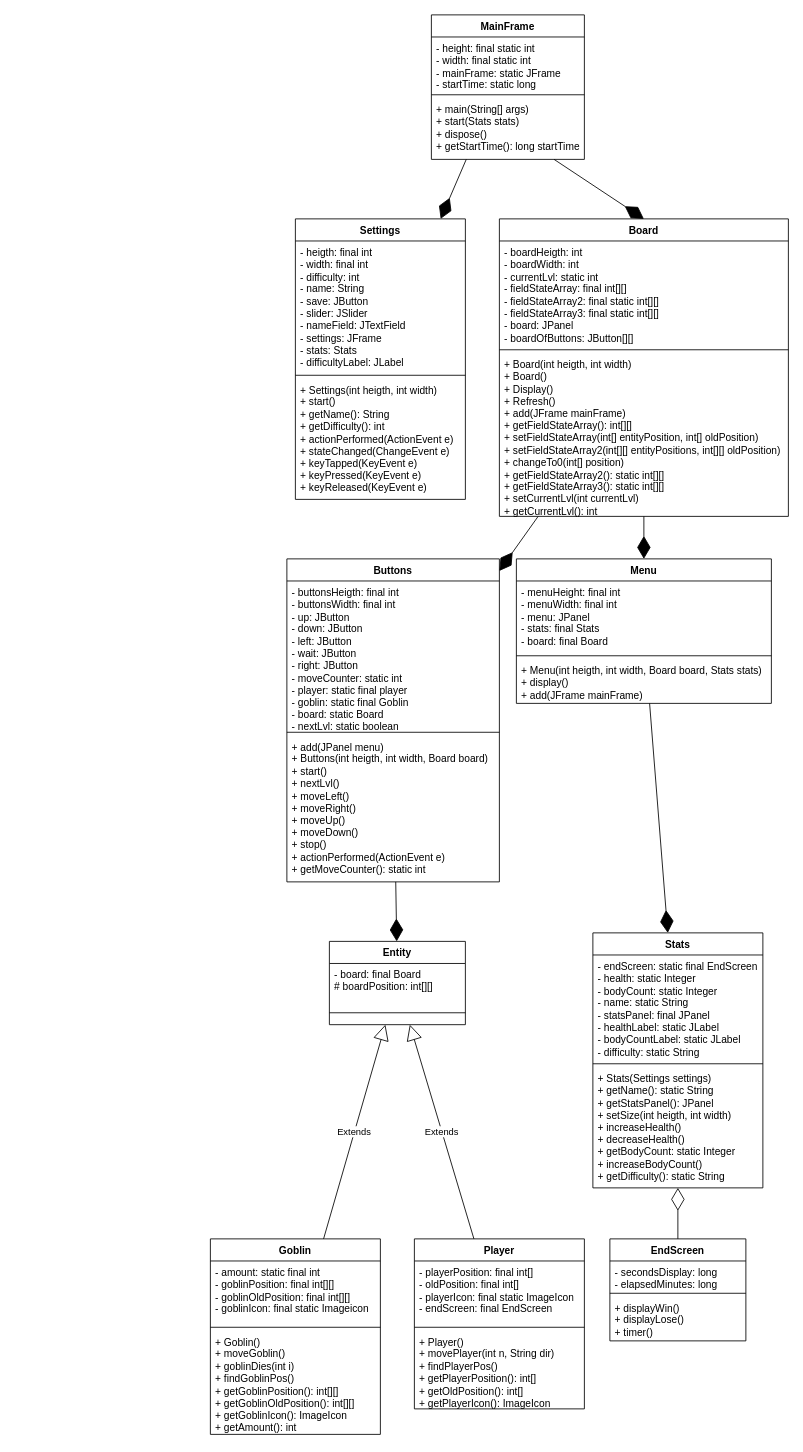
Above: Untitled Diagram.drawio in jacob-w4/Java-simple-game (draw.io), before the change. Source tidied: cells renumbered, new cells numbered last; positions are measured from the earlier drawing's top-left corner, leaving out a move shared by most shapes. Both pictures are drawn from the tidied source at 85%, with x=0, y=0 at pixel (210, 14).
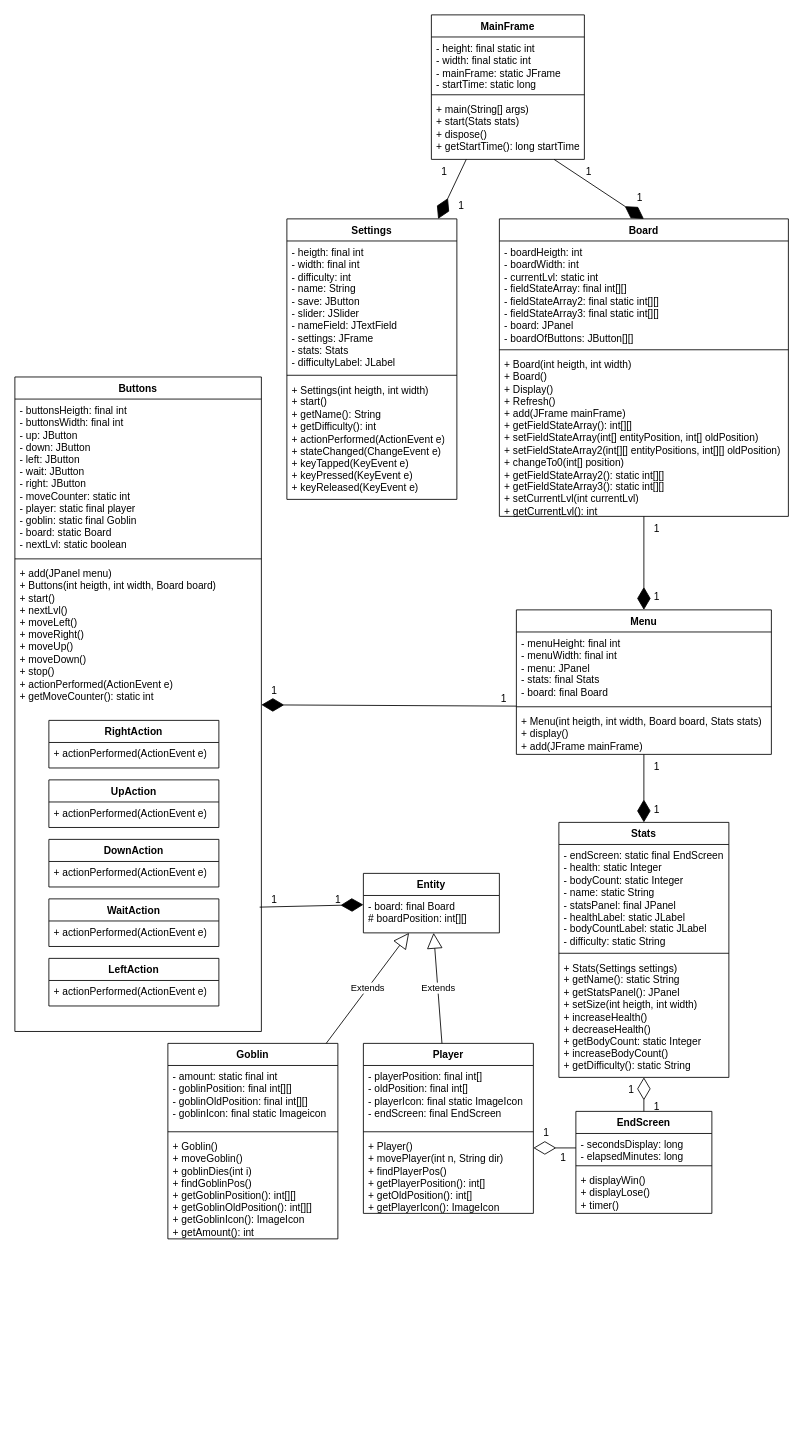
The same page after the edit.

Unchanged cells that the change refers to:
```xml
<mxCell id="21" value="Board" style="swimlane;fontStyle=1;align=center;verticalAlign=top;horizontal=1;startSize=26;whiteSpace=wrap;html=1;" parent="1" vertex="1">
  <mxGeometry x="340" y="240" width="340" height="350" as="geometry" />
</mxCell>
<mxCell id="37" style="line;strokeWidth=1;fillColor=none;align=left;verticalAlign=middle;spacingTop=-1;spacingLeft=3;spacingRight=3;labelPosition=right;points=[];portConstraint=eastwest;strokeColor=inherit;" parent="35" vertex="1">
  <mxGeometry y="110" width="300" height="8" as="geometry" />
</mxCell>
<mxCell id="47" value="- secondsDisplay: long&lt;br&gt;- elapsedMinutes: long" style="text;strokeColor=none;fillColor=none;align=left;verticalAlign=top;spacingLeft=4;spacingRight=4;overflow=hidden;points=[[0,0.5],[1,0.5]];portConstraint=eastwest;whiteSpace=wrap;html=1;" parent="46" vertex="1">
  <mxGeometry y="26" width="160" height="34" as="geometry" />
</mxCell>
```

The edit, as a diff of the source:
```diff
@@
     <mxCell id="2" value="Entity" style="swimlane;fontStyle=1;align=center;verticalAlign=top;horizontal=1;startSize=26;whiteSpace=wrap;html=1;" parent="1" vertex="1">
-      <mxGeometry x="140" y="1090" width="160" height="98" as="geometry" />
+      <mxGeometry x="180" y="1010" width="160" height="70" as="geometry" />
     </mxCell>
@@
-    <mxCell id="4" style="line;strokeWidth=1;fillColor=none;align=left;verticalAlign=middle;spacingTop=-1;spacingLeft=3;spacingRight=3;labelPosition=right;strokeColor=inherit;" parent="2" vertex="1">
-      <mxGeometry y="70" width="160" height="28" as="geometry" />
-    </mxCell>
     <mxCell id="5" value="Goblin" style="swimlane;fontStyle=1;align=center;verticalAlign=top;horizontal=1;startSize=26;whiteSpace=wrap;html=1;" parent="1" vertex="1">
-      <mxGeometry y="1440" width="200" height="230" as="geometry" />
+      <mxGeometry x="-50" y="1210" width="200" height="230" as="geometry" />
     </mxCell>
@@
     <mxCell id="9" value="Player" style="swimlane;fontStyle=1;align=center;verticalAlign=top;horizontal=1;startSize=26;whiteSpace=wrap;html=1;" parent="1" vertex="1">
-      <mxGeometry x="240" y="1440" width="200" height="200" as="geometry" />
+      <mxGeometry x="180" y="1210" width="200" height="200" as="geometry" />
     </mxCell>
@@
     <mxCell id="17" value="Settings" style="swimlane;fontStyle=1;align=center;verticalAlign=top;horizontal=1;startSize=26;whiteSpace=wrap;html=1;" parent="1" vertex="1">
-      <mxGeometry x="100" y="240" width="200" height="330" as="geometry" />
+      <mxGeometry x="90" y="240" width="200" height="330" as="geometry" />
     </mxCell>
@@
-    <mxCell id="27" style="endArrow=diamondThin;endFill=1;endSize=24;html=1;rounded=0;" parent="1" edge="1" source="30" target="2">
+    <mxCell id="27" style="endArrow=diamondThin;endFill=1;endSize=24;html=1;rounded=0;exitX=0.993;exitY=0.735;exitDx=0;exitDy=0;exitPerimeter=0;" parent="1" edge="1" source="33" target="2">
       <mxGeometry relative="1" as="geometry" />
     </mxCell>
@@
     <mxCell id="30" value="Buttons" style="swimlane;fontStyle=1;align=center;verticalAlign=top;horizontal=1;startSize=26;whiteSpace=wrap;html=1;" parent="1" vertex="1">
-      <mxGeometry x="90" y="640" width="250" height="380" as="geometry" />
+      <mxGeometry x="-230" y="426" width="290" height="770" as="geometry" />
     </mxCell>
     <mxCell id="31" value="- buttonsHeigth: final int&lt;br&gt;- buttonsWidth: final int&lt;br&gt;- up: JButton&lt;br&gt;- down: JButton&lt;br&gt;- left: JButton&lt;br&gt;- wait: JButton&lt;br&gt;- right: JButton&lt;br&gt;- moveCounter: static int&lt;br&gt;- player: static final player&lt;br&gt;- goblin: static final Goblin&lt;br&gt;- board: static Board&lt;br&gt;- nextLvl: static boolean" style="text;strokeColor=none;fillColor=none;align=left;verticalAlign=top;spacingLeft=4;spacingRight=4;overflow=hidden;whiteSpace=wrap;html=1;" parent="30" vertex="1">
-      <mxGeometry y="26" width="250" height="174" as="geometry" />
+      <mxGeometry y="26" width="290" height="184" as="geometry" />
     </mxCell>
     <mxCell id="32" style="line;strokeWidth=1;fillColor=none;align=left;verticalAlign=middle;spacingTop=-1;spacingLeft=3;spacingRight=3;labelPosition=right;strokeColor=inherit;" parent="30" vertex="1">
-      <mxGeometry y="200" width="250" height="8" as="geometry" />
+      <mxGeometry y="210" width="290" height="8" as="geometry" />
     </mxCell>
     <mxCell id="33" value="+ add(JPanel menu)&lt;br&gt;+ Buttons(int heigth, int width, Board board)&lt;br&gt;+ start()&lt;br&gt;+ nextLvl()&lt;br&gt;+ moveLeft()&lt;br&gt;+ moveRight()&lt;br&gt;+ moveUp()&lt;br&gt;+ moveDown()&lt;br&gt;+ stop()&lt;br&gt;+ actionPerformed(ActionEvent e)&lt;br&gt;+ getMoveCounter(): static int" style="text;strokeColor=none;fillColor=none;align=left;verticalAlign=top;spacingLeft=4;spacingRight=4;overflow=hidden;points=[[0,0.5],[1,0.5]];portConstraint=eastwest;whiteSpace=wrap;html=1;" parent="30" vertex="1">
-      <mxGeometry y="208" width="250" height="172" as="geometry" />
+      <mxGeometry y="218" width="290" height="552" as="geometry" />
     </mxCell>
-    <mxCell id="34" style="endArrow=diamondThin;endFill=1;endSize=24;html=1;rounded=0;" parent="1" edge="1" source="21" target="30">
+    <mxCell id="34" style="endArrow=diamondThin;endFill=1;endSize=24;html=1;rounded=0;" parent="1" edge="1" source="37" target="30">
       <mxGeometry relative="1" as="geometry" />
     </mxCell>
     <mxCell id="35" value="Menu" style="swimlane;fontStyle=1;align=center;verticalAlign=top;horizontal=1;startSize=26;whiteSpace=wrap;html=1;" parent="1" vertex="1">
-      <mxGeometry x="360" y="640" width="300" height="170" as="geometry" />
+      <mxGeometry x="360" y="700" width="300" height="170" as="geometry" />
     </mxCell>
@@
     <mxCell id="40" value="Stats" style="swimlane;fontStyle=1;align=center;verticalAlign=top;horizontal=1;startSize=26;whiteSpace=wrap;html=1;" parent="1" vertex="1">
-      <mxGeometry x="450" y="1080" width="200" height="300" as="geometry" />
+      <mxGeometry x="410" y="950" width="200" height="300" as="geometry" />
     </mxCell>
@@
     <mxCell id="46" value="EndScreen" style="swimlane;fontStyle=1;align=center;verticalAlign=top;horizontal=1;startSize=26;whiteSpace=wrap;html=1;" parent="1" vertex="1">
-      <mxGeometry x="470" y="1440" width="160" height="120" as="geometry" />
+      <mxGeometry x="430" y="1290" width="160" height="120" as="geometry" />
     </mxCell>
@@
+    <mxCell id="50" style="endArrow=diamondThin;endFill=0;endSize=24;html=1;rounded=0;exitX=0;exitY=0.5;exitDx=0;exitDy=0;" parent="1" edge="1" source="47">
+      <mxGeometry relative="1" as="geometry">
+        <mxPoint x="380" y="1333" as="targetPoint" />
+      </mxGeometry>
+    </mxCell>
+    <mxCell id="51" value="UpAction" style="swimlane;fontStyle=1;align=center;verticalAlign=top;horizontal=1;startSize=26;whiteSpace=wrap;html=1;" parent="1" vertex="1">
+      <mxGeometry x="-190" y="900" width="200" height="56" as="geometry" />
+    </mxCell>
+    <mxCell id="52" value="+ actionPerformed(ActionEvent e)" style="text;strokeColor=none;fillColor=none;align=left;verticalAlign=top;spacingLeft=4;spacingRight=4;overflow=hidden;whiteSpace=wrap;html=1;" parent="51" vertex="1">
+      <mxGeometry y="26" width="200" height="30" as="geometry" />
+    </mxCell>
+    <mxCell id="53" value="RightAction" style="swimlane;fontStyle=1;align=center;verticalAlign=top;horizontal=1;startSize=26;whiteSpace=wrap;html=1;" parent="1" vertex="1">
+      <mxGeometry x="-190" y="830" width="200" height="56" as="geometry" />
+    </mxCell>
+    <mxCell id="54" value="+ actionPerformed(ActionEvent e)" style="text;strokeColor=none;fillColor=none;align=left;verticalAlign=top;spacingLeft=4;spacingRight=4;overflow=hidden;whiteSpace=wrap;html=1;" parent="53" vertex="1">
+      <mxGeometry y="26" width="200" height="30" as="geometry" />
+    </mxCell>
+    <mxCell id="55" value="DownAction" style="swimlane;fontStyle=1;align=center;verticalAlign=top;horizontal=1;startSize=26;whiteSpace=wrap;html=1;" parent="1" vertex="1">
+      <mxGeometry x="-190" y="970" width="200" height="56" as="geometry" />
+    </mxCell>
+    <mxCell id="56" value="+ actionPerformed(ActionEvent e)" style="text;strokeColor=none;fillColor=none;align=left;verticalAlign=top;spacingLeft=4;spacingRight=4;overflow=hidden;whiteSpace=wrap;html=1;" parent="55" vertex="1">
+      <mxGeometry y="26" width="200" height="30" as="geometry" />
+    </mxCell>
+    <mxCell id="57" value="LeftAction" style="swimlane;fontStyle=1;align=center;verticalAlign=top;horizontal=1;startSize=26;whiteSpace=wrap;html=1;" parent="1" vertex="1">
+      <mxGeometry x="-190" y="1110" width="200" height="56" as="geometry" />
+    </mxCell>
+    <mxCell id="58" value="+ actionPerformed(ActionEvent e)" style="text;strokeColor=none;fillColor=none;align=left;verticalAlign=top;spacingLeft=4;spacingRight=4;overflow=hidden;whiteSpace=wrap;html=1;" parent="57" vertex="1">
+      <mxGeometry y="26" width="200" height="30" as="geometry" />
+    </mxCell>
+    <mxCell id="59" value="WaitAction" style="swimlane;fontStyle=1;align=center;verticalAlign=top;horizontal=1;startSize=26;whiteSpace=wrap;html=1;" parent="1" vertex="1">
+      <mxGeometry x="-190" y="1040" width="200" height="56" as="geometry" />
+    </mxCell>
+    <mxCell id="60" value="+ actionPerformed(ActionEvent e)" style="text;strokeColor=none;fillColor=none;align=left;verticalAlign=top;spacingLeft=4;spacingRight=4;overflow=hidden;whiteSpace=wrap;html=1;" parent="59" vertex="1">
+      <mxGeometry y="26" width="200" height="30" as="geometry" />
+    </mxCell>
+    <mxCell id="61" value="1" style="text;html=1;align=center;verticalAlign=middle;strokeColor=none;fillColor=none;" parent="1" vertex="1">
+      <mxGeometry x="430" y="170" width="30" height="30" as="geometry" />
+    </mxCell>
+    <mxCell id="62" value="1" style="text;html=1;align=center;verticalAlign=middle;strokeColor=none;fillColor=none;" parent="1" vertex="1">
+      <mxGeometry x="490" y="200" width="30" height="30" as="geometry" />
+    </mxCell>
+    <mxCell id="63" value="1" style="text;html=1;align=center;verticalAlign=middle;strokeColor=none;fillColor=none;" parent="1" vertex="1">
+      <mxGeometry x="260" y="170" width="30" height="30" as="geometry" />
+    </mxCell>
+    <mxCell id="64" value="1" style="text;html=1;align=center;verticalAlign=middle;strokeColor=none;fillColor=none;" parent="1" vertex="1">
+      <mxGeometry x="280" y="210" width="30" height="30" as="geometry" />
+    </mxCell>
+    <mxCell id="65" value="1" style="text;html=1;align=center;verticalAlign=middle;strokeColor=none;fillColor=none;" parent="1" vertex="1">
+      <mxGeometry x="510" y="590" width="30" height="30" as="geometry" />
+    </mxCell>
+    <mxCell id="66" value="1" style="text;html=1;align=center;verticalAlign=middle;strokeColor=none;fillColor=none;" parent="1" vertex="1">
+      <mxGeometry x="510" y="670" width="30" height="30" as="geometry" />
+    </mxCell>
+    <mxCell id="67" value="1" style="text;html=1;align=center;verticalAlign=middle;strokeColor=none;fillColor=none;" parent="1" vertex="1">
+      <mxGeometry x="510" y="870" width="30" height="30" as="geometry" />
+    </mxCell>
+    <mxCell id="68" value="1" style="text;html=1;align=center;verticalAlign=middle;strokeColor=none;fillColor=none;" parent="1" vertex="1">
+      <mxGeometry x="510" y="920" width="30" height="30" as="geometry" />
+    </mxCell>
+    <mxCell id="69" value="1" style="text;html=1;align=center;verticalAlign=middle;strokeColor=none;fillColor=none;" parent="1" vertex="1">
+      <mxGeometry x="330" y="790" width="30" height="30" as="geometry" />
+    </mxCell>
+    <mxCell id="70" value="1" style="text;html=1;align=center;verticalAlign=middle;strokeColor=none;fillColor=none;" parent="1" vertex="1">
+      <mxGeometry x="60" y="780" width="30" height="30" as="geometry" />
+    </mxCell>
+    <mxCell id="71" value="1" style="text;html=1;align=center;verticalAlign=middle;strokeColor=none;fillColor=none;" parent="1" vertex="1">
+      <mxGeometry x="510" y="1270" width="30" height="30" as="geometry" />
+    </mxCell>
+    <mxCell id="72" value="1" style="text;html=1;align=center;verticalAlign=middle;strokeColor=none;fillColor=none;" parent="1" vertex="1">
+      <mxGeometry x="480" y="1250" width="30" height="30" as="geometry" />
+    </mxCell>
+    <mxCell id="73" value="1" style="text;html=1;align=center;verticalAlign=middle;strokeColor=none;fillColor=none;" parent="1" vertex="1">
+      <mxGeometry x="400" y="1330" width="30" height="30" as="geometry" />
+    </mxCell>
+    <mxCell id="74" value="1" style="text;html=1;align=center;verticalAlign=middle;strokeColor=none;fillColor=none;" parent="1" vertex="1">
+      <mxGeometry x="380" y="1300" width="30" height="30" as="geometry" />
+    </mxCell>
+    <mxCell id="75" value="1" style="text;html=1;align=center;verticalAlign=middle;strokeColor=none;fillColor=none;" parent="1" vertex="1">
+      <mxGeometry x="60" y="1026" width="30" height="30" as="geometry" />
+    </mxCell>
+    <mxCell id="76" value="1" style="text;html=1;align=center;verticalAlign=middle;strokeColor=none;fillColor=none;" parent="1" vertex="1">
+      <mxGeometry x="135" y="1026" width="30" height="30" as="geometry" />
+    </mxCell>
```
